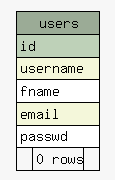
Above: dbDocs/diagrams/summary/users.1degree.png in btv/DED_backend (Graphviz), before the change. Its source is kept beside it as dbDocs/diagrams/summary/users.1degree.dot.
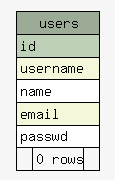
The same file after the commit.

What changed in the source:
```diff
@@ -21,7 +21,7 @@
       <TR><TD COLSPAN="3" BGCOLOR="#9bab96" ALIGN="CENTER">users</TD></TR>
       <TR><TD PORT="id" COLSPAN="3" BGCOLOR="#bed1b8" ALIGN="LEFT">id</TD></TR>
       <TR><TD PORT="username" COLSPAN="3" BGCOLOR="#f4f7da" ALIGN="LEFT">username</TD></TR>
-      <TR><TD PORT="fname" COLSPAN="3" ALIGN="LEFT">fname</TD></TR>
+      <TR><TD PORT="name" COLSPAN="3" ALIGN="LEFT">name</TD></TR>
       <TR><TD PORT="email" COLSPAN="3" BGCOLOR="#f4f7da" ALIGN="LEFT">email</TD></TR>
       <TR><TD PORT="passwd" COLSPAN="3" ALIGN="LEFT">passwd</TD></TR>
       <TR><TD ALIGN="LEFT" BGCOLOR="#f7f7f7">  </TD><TD ALIGN="RIGHT" BGCOLOR="#f7f7f7">0 rows</TD><TD ALIGN="RIGHT" BGCOLOR="#f7f7f7">  </TD></TR>
```
